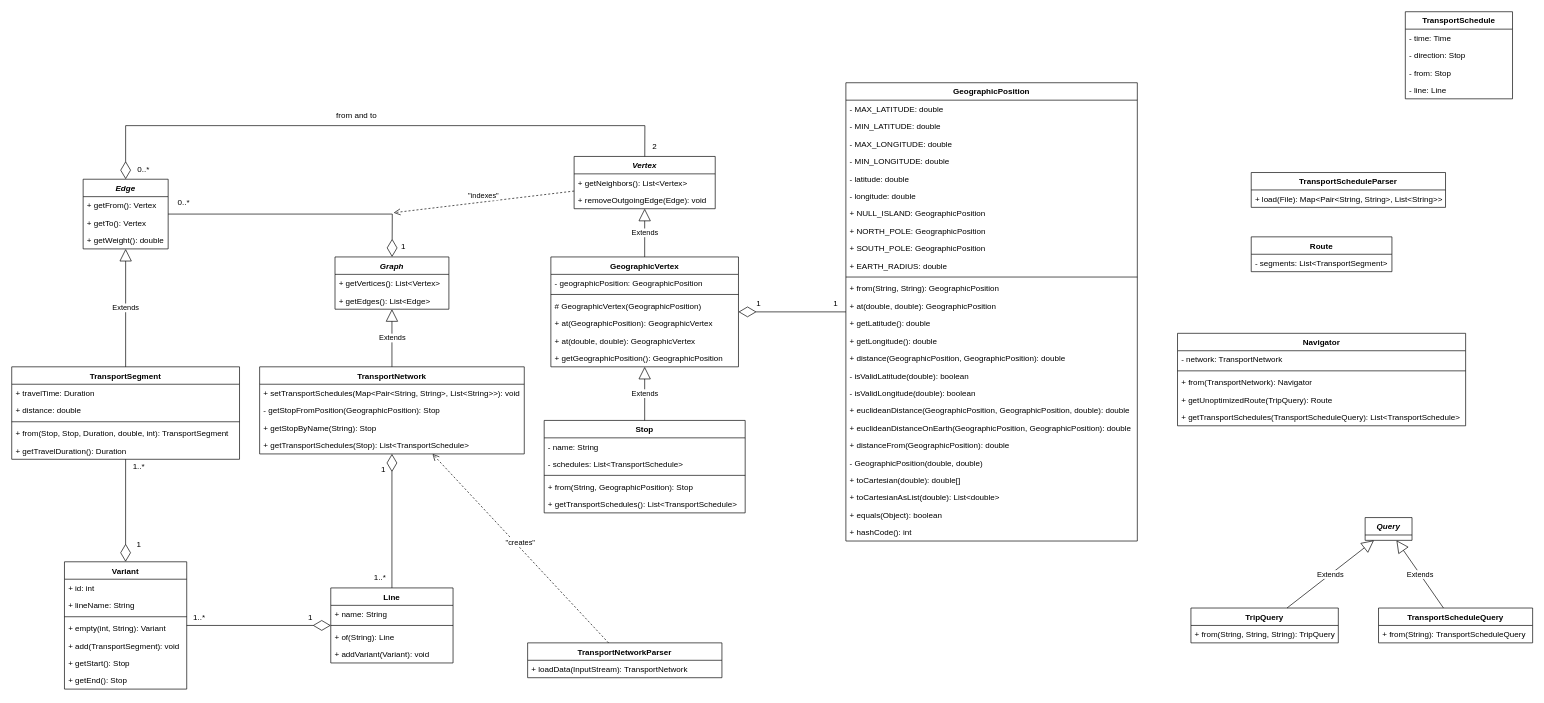
adrian-heouairi/MoriaMap keeps this draw.io diagram as diagrams/model.drawio. Above is the earlier version. Source tidied: cells renumbered, new cells numbered last; positions are measured from the earlier drawing's top-left corner, leaving out a move shared by most shapes. Both pictures are drawn from the tidied source at 67%, with x=0, y=0 at pixel (11, 11).
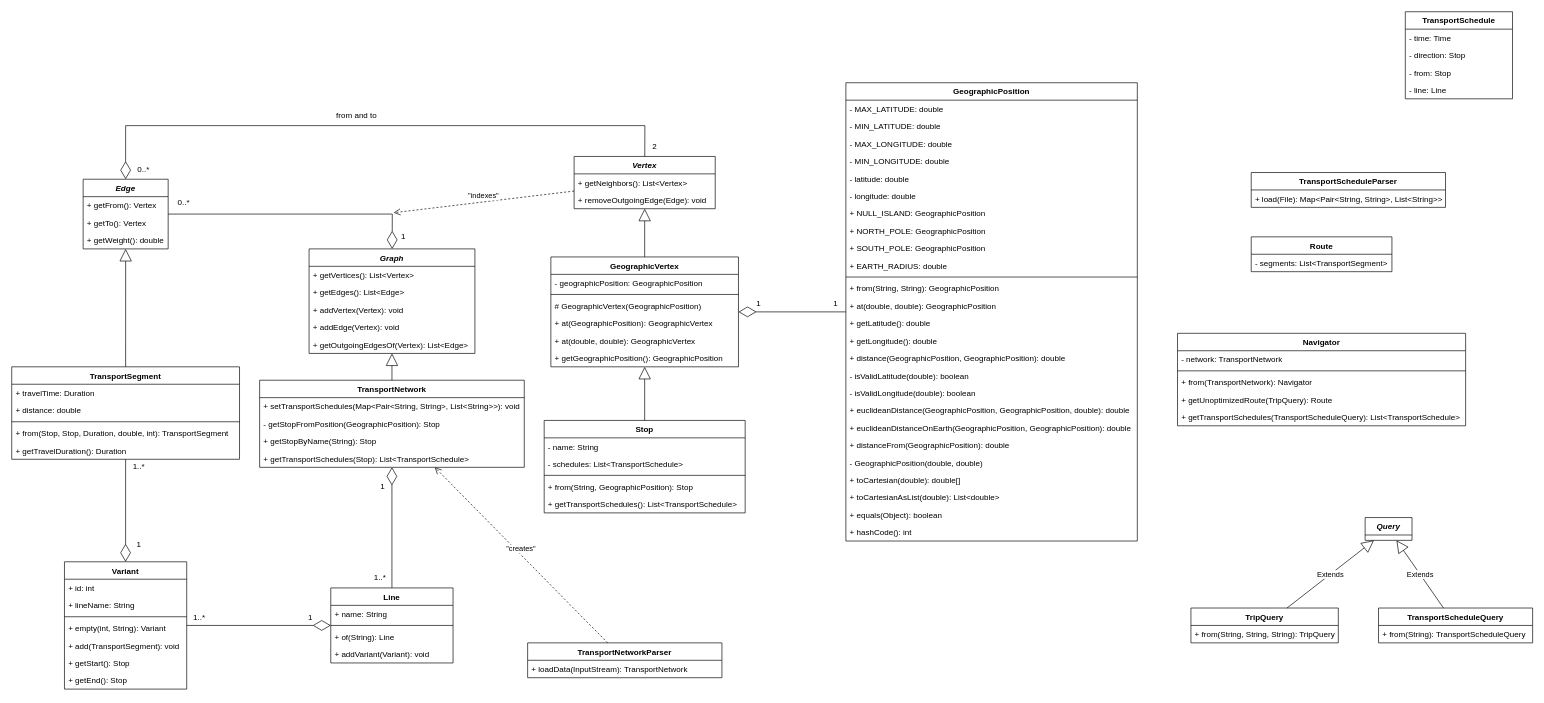
The same diagram, later.

Commit message (it also covers changes not shown here):
Resolve "Add a map of Vertex to outgoing Edges in Graph"

Unchanged cells that the change refers to:
```xml
<mxCell id="18" value="Stop" style="swimlane;fontStyle=1;align=center;verticalAlign=top;horizontal=1;startSize=26;" parent="1" vertex="1">
  <mxGeometry x="794.7" y="610" width="300" height="138" as="geometry" />
</mxCell>
<mxCell id="24" value="Vertex" style="swimlane;fontStyle=3;align=center;verticalAlign=top;horizontal=1;startSize=26;" parent="1" vertex="1">
  <mxGeometry x="839.4" y="216" width="210.6" height="78" as="geometry" />
</mxCell>
<mxCell id="64" value="Edge" style="swimlane;fontStyle=3;align=center;verticalAlign=top;horizontal=1;startSize=26;" parent="1" vertex="1">
  <mxGeometry x="106.6" y="250" width="126.9" height="104" as="geometry" />
</mxCell>
<mxCell id="68" value="TransportSegment" style="swimlane;fontStyle=1;align=center;verticalAlign=top;horizontal=1;startSize=26;" parent="1" vertex="1">
  <mxGeometry y="530" width="340" height="138" as="geometry" />
</mxCell>
<mxCell id="82" value="GeographicVertex" style="swimlane;fontStyle=1;align=center;verticalAlign=top;horizontal=1;startSize=26;" parent="1" vertex="1">
  <mxGeometry x="804.7" y="366" width="280" height="164" as="geometry" />
</mxCell>
```

What changed in the source:
```diff
@@
     <mxCell id="2" value="Graph" style="swimlane;fontStyle=3;align=center;verticalAlign=top;horizontal=1;startSize=26;" parent="1" vertex="1">
-      <mxGeometry x="482.5" y="366" width="170" height="78" as="geometry" />
+      <mxGeometry x="443.8" y="354" width="247.5" height="156" as="geometry" />
     </mxCell>
     <mxCell id="3" value="+ getVertices(): List&lt;Vertex&gt;" style="text;strokeColor=none;fillColor=none;align=left;verticalAlign=top;spacingLeft=4;spacingRight=4;overflow=hidden;" parent="2" vertex="1">
-      <mxGeometry y="26" width="170" height="26" as="geometry" />
+      <mxGeometry y="26" width="247.5" height="26" as="geometry" />
     </mxCell>
     <mxCell id="4" value="+ getEdges(): List&lt;Edge&gt;" style="text;strokeColor=none;fillColor=none;align=left;verticalAlign=top;spacingLeft=4;spacingRight=4;overflow=hidden;" parent="2" vertex="1">
-      <mxGeometry y="52" width="170" height="26" as="geometry" />
+      <mxGeometry y="52" width="247.5" height="26" as="geometry" />
     </mxCell>
+    <mxCell id="125" value="+ addVertex(Vertex): void" style="text;strokeColor=none;fillColor=none;align=left;verticalAlign=top;spacingLeft=4;spacingRight=4;overflow=hidden;" parent="2" vertex="1">
+      <mxGeometry y="78" width="247.5" height="26" as="geometry" />
+    </mxCell>
+    <mxCell id="126" value="+ addEdge(Vertex): void" style="text;strokeColor=none;fillColor=none;align=left;verticalAlign=top;spacingLeft=4;spacingRight=4;overflow=hidden;" parent="2" vertex="1">
+      <mxGeometry y="104" width="247.5" height="26" as="geometry" />
+    </mxCell>
+    <mxCell id="127" value="+ getOutgoingEdgesOf(Vertex): List&lt;Edge&gt;" style="text;strokeColor=none;fillColor=none;align=left;verticalAlign=top;spacingLeft=4;spacingRight=4;overflow=hidden;" parent="2" vertex="1">
+      <mxGeometry y="130" width="247.5" height="26" as="geometry" />
+    </mxCell>
@@
     <mxCell id="7" value="TransportNetwork" style="swimlane;fontStyle=1;align=center;verticalAlign=top;horizontal=1;startSize=26;" parent="1" vertex="1">
-      <mxGeometry x="370" y="530" width="395" height="130" as="geometry" />
+      <mxGeometry x="370" y="550" width="395" height="130" as="geometry" />
     </mxCell>
@@
-    <mxCell id="12" value="Extends" style="endArrow=block;endSize=16;endFill=0;html=1;rounded=0;" parent="1" edge="1" source="7" target="2">
-      <mxGeometry relative="1" as="geometry" />
-    </mxCell>
@@
-    <mxCell id="81" value="Extends" style="endArrow=block;endSize=16;endFill=0;html=1;rounded=0;" parent="1" edge="1" source="82" target="24">
+    <mxCell id="81" style="endArrow=block;endSize=16;endFill=0;html=1;rounded=0;" parent="1" edge="1" source="82" target="24">
       <mxGeometry relative="1" as="geometry" />
     </mxCell>
@@
-    <mxCell id="89" value="Extends" style="endArrow=block;endSize=16;endFill=0;html=1;rounded=0;" parent="1" edge="1" source="18" target="82">
+    <mxCell id="89" style="endArrow=block;endSize=16;endFill=0;html=1;rounded=0;" parent="1" edge="1" source="18" target="82">
       <mxGeometry relative="1" as="geometry" />
     </mxCell>
@@
-    <mxCell id="93" value="Extends" style="endArrow=block;endSize=16;endFill=0;html=1;rounded=0;" parent="1" edge="1" source="68" target="64">
+    <mxCell id="93" style="endArrow=block;endSize=16;endFill=0;html=1;rounded=0;" parent="1" edge="1" source="68" target="64">
       <mxGeometry relative="1" as="geometry" />
     </mxCell>
@@
     <mxCell id="111" value="1" style="text;html=1;strokeColor=none;fillColor=none;align=center;verticalAlign=middle;whiteSpace=wrap;rounded=0;" parent="1" vertex="1">
-      <mxGeometry x="525" y="668" width="60" height="30" as="geometry" />
+      <mxGeometry x="524" y="694" width="60" height="30" as="geometry" />
     </mxCell>
@@
     <mxCell id="122" value="1" style="text;html=1;strokeColor=none;fillColor=none;align=center;verticalAlign=middle;whiteSpace=wrap;rounded=0;" parent="1" vertex="1">
-      <mxGeometry x="555" y="336" width="60" height="30" as="geometry" />
+      <mxGeometry x="555" y="320" width="60" height="30" as="geometry" />
     </mxCell>
@@
+    <mxCell id="12" style="endArrow=block;endSize=16;endFill=0;html=1;rounded=0;" parent="1" edge="1" source="7" target="2">
+      <mxGeometry relative="1" as="geometry" />
+    </mxCell>
```
